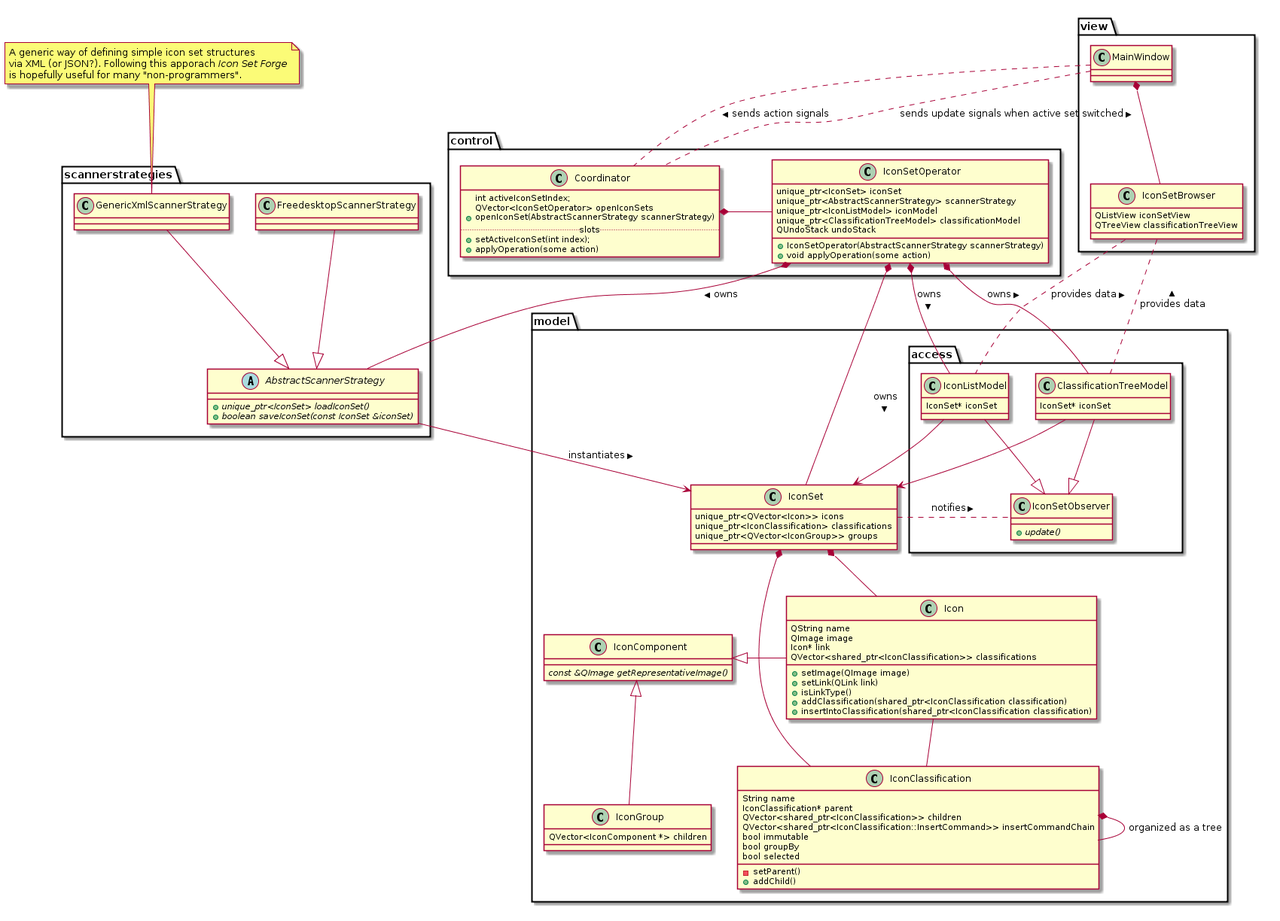
The PlantUML diagram Concept/UML/classes.png in Manuel-Kehl/Icon-Set-Forge, before a commit.
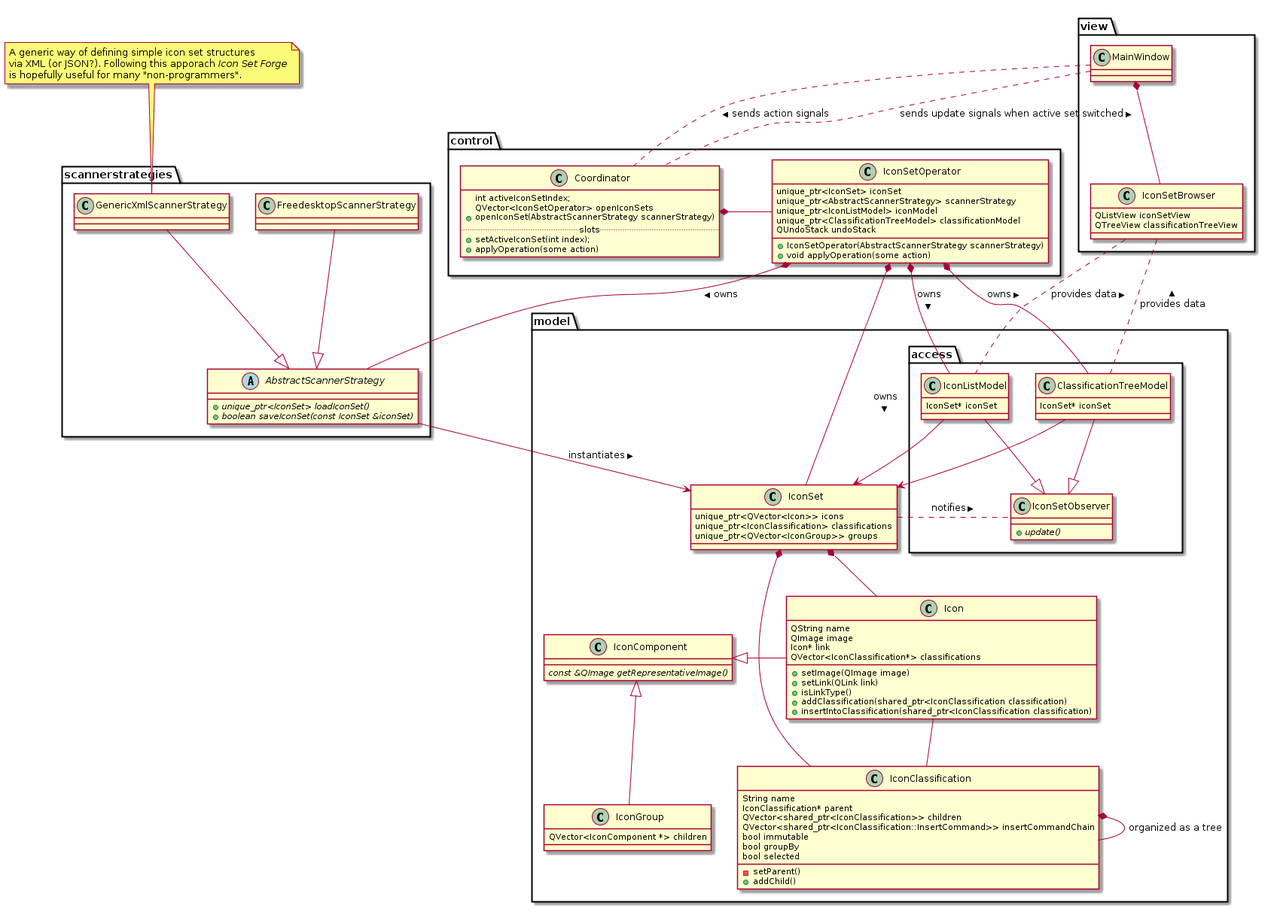
Later version of the same file.

Commit message:
I changed Icon.classifications from shared_ptr to a plain raw pointer

Change to the diagram source:
```diff
@@ -31,7 +31,7 @@
 		QString name
 		QImage image
 		Icon* link
-		QVector<shared_ptr<IconClassification>> classifications
+		QVector<IconClassification*> classifications
 		+setImage(QImage image)
 		+setLink(QLink link)
 		+isLinkType()
```
